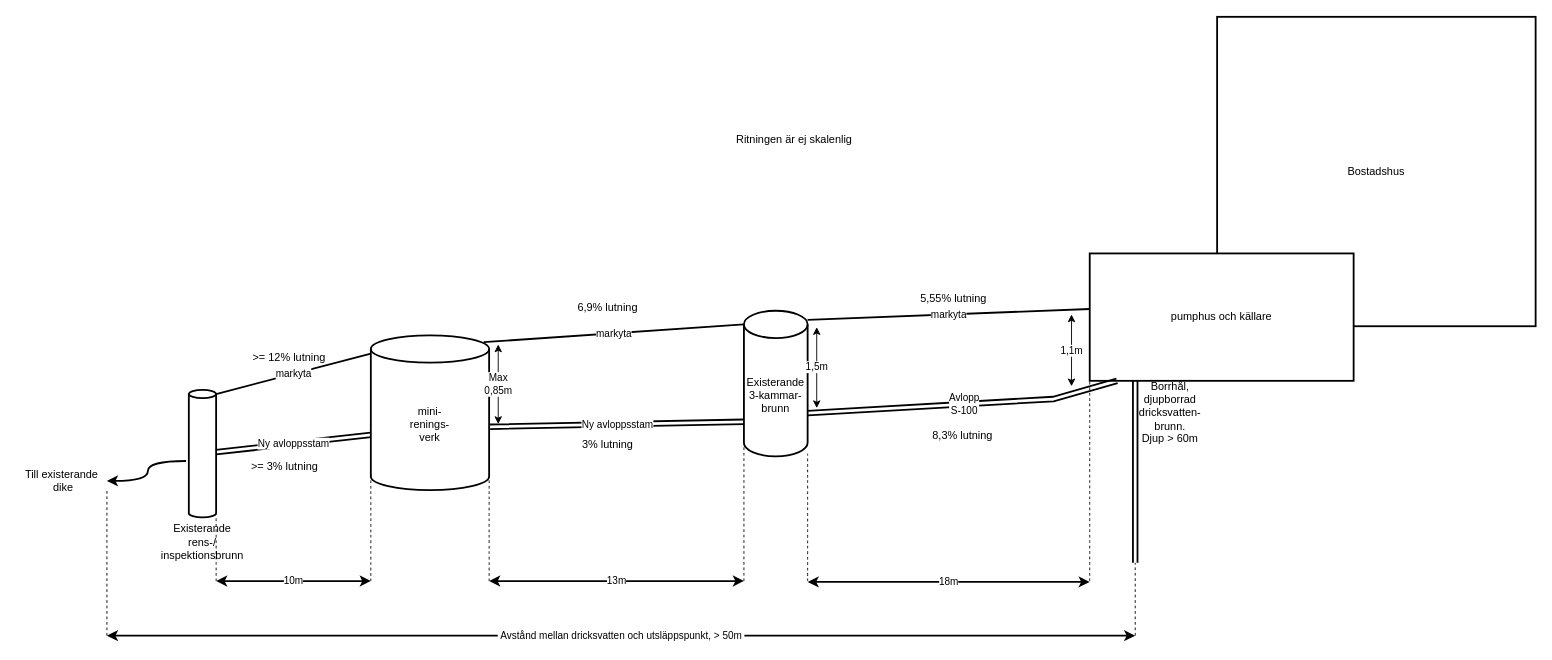
The draw.io diagram avlopp/avlopp.drawio in arizon-dread/drawio, before the edit. Source tidied: cells renumbered, new cells numbered last; positions are measured from the earlier drawing's top-left corner, leaving out a move shared by most shapes. Both pictures are drawn from the tidied source at 91%, with x=0, y=0 at pixel (15, 16).
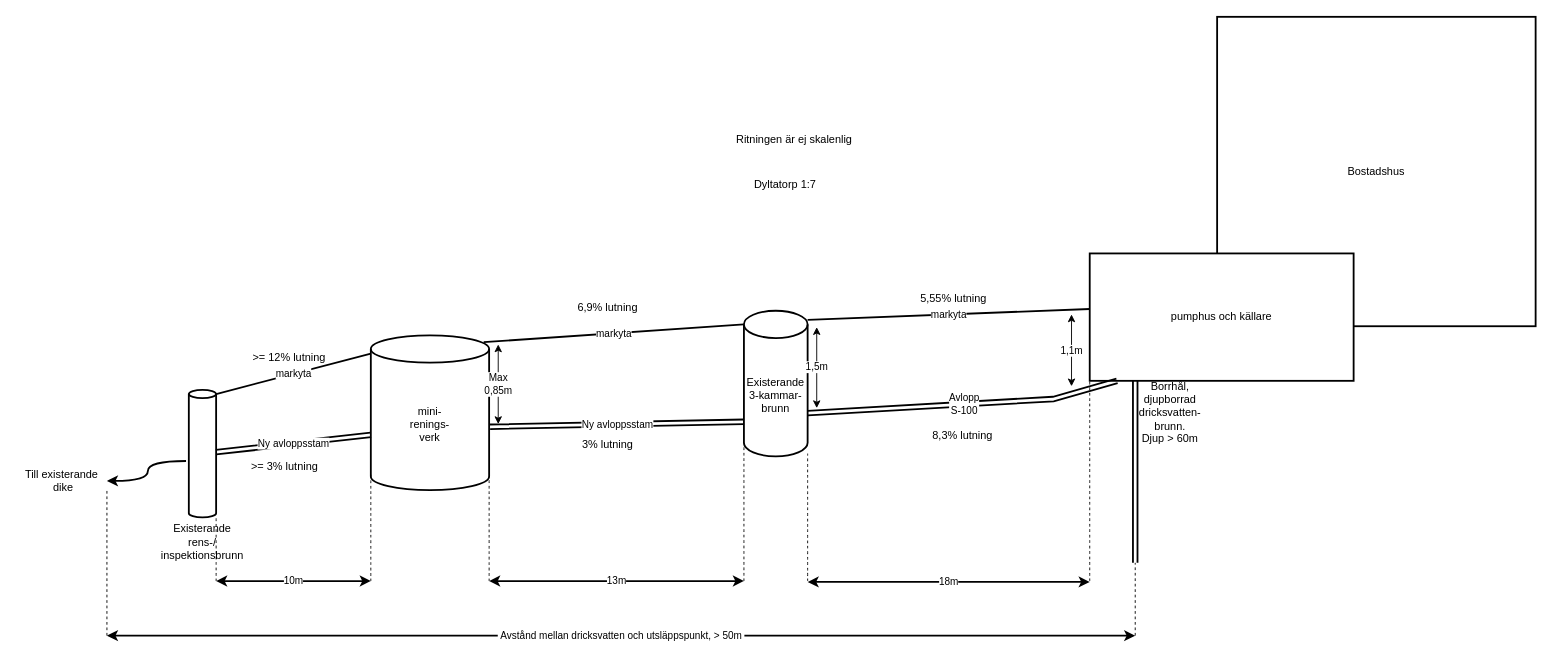
Above is the later version.

Change to the diagram source:
```diff
@@
+    <mxCell id="39" value="Dyltatorp 1:7" style="text;html=1;align=center;verticalAlign=middle;strokeColor=none;fillColor=none;" parent="1" vertex="1">
+      <mxGeometry x="800" y="170" width="90" height="30" as="geometry" />
+    </mxCell>
```
